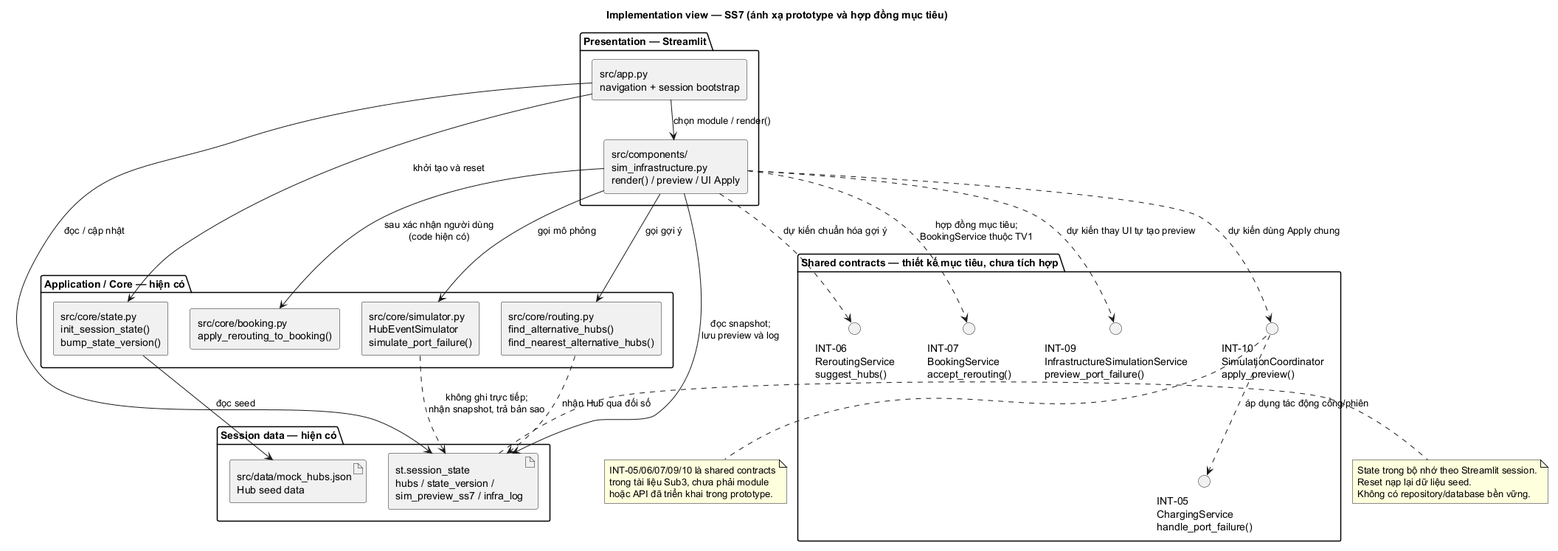
This is docs/diagrams/submission_3/SS7/implementation_view.png from Dat-nguyen195/BTL_CNPM, a PlantUML export, as it was before one commit. The source it was exported from:
```plantuml
@startuml
top to bottom direction
skinparam backgroundColor white
skinparam shadowing false
skinparam defaultFontName SansSerif
skinparam componentStyle rectangle
skinparam nodesep 30
skinparam ranksep 35
title Implementation view — SS7 (ánh xạ prototype và hợp đồng mục tiêu)

package "Presentation — Streamlit" {
  component "src/app.py\nnavigation + session bootstrap" as App
  component "src/components/\nsim_infrastructure.py\nrender() / preview / UI Apply" as SS7UI
}

package "Application / Core — hiện có" {
  component "src/core/simulator.py\nHubEventSimulator\nsimulate_port_failure()" as Simulator
  component "src/core/routing.py\nfind_alternative_hubs()\nfind_nearest_alternative_hubs()" as Routing
  component "src/core/booking.py\napply_rerouting_to_booking()" as Booking
  component "src/core/state.py\ninit_session_state()\nbump_state_version()" as State
}

package "Session data — hiện có" {
  artifact "st.session_state\nhubs / state_version /\nsim_preview_ss7 / infra_log" as Session
  artifact "src/data/mock_hubs.json\nHub seed data" as Seed
}

package "Shared contracts — thiết kế mục tiêu, chưa tích hợp" {
  interface "INT-09\nInfrastructureSimulationService\npreview_port_failure()" as Preview
  interface "INT-10\nSimulationCoordinator\napply_preview()" as Apply
  interface "INT-05\nChargingService\nhandle_port_failure()" as Charging
  interface "INT-06\nReroutingService\nsuggest_hubs()" as Suggest
  interface "INT-07\nBookingService\naccept_rerouting()" as Accept
}

App --> SS7UI : chọn module / render()
App --> State : khởi tạo và reset
State --> Seed : đọc seed
App --> Session : đọc / cập nhật
SS7UI --> Session : đọc snapshot;\nlưu preview và log
SS7UI --> Simulator : gọi mô phỏng
SS7UI --> Routing : gọi gợi ý
SS7UI --> Booking : sau xác nhận người dùng\n(code hiện có)
Simulator ..> Session : không ghi trực tiếp;\nnhận snapshot, trả bản sao
Routing ..> Session : nhận Hub qua đối số

SS7UI ..> Preview : dự kiến thay UI tự tạo preview
SS7UI ..> Apply : dự kiến dùng Apply chung
Apply ..> Charging : áp dụng tác động cổng/phiên
SS7UI ..> Suggest : dự kiến chuẩn hóa gợi ý
SS7UI ..> Accept : hợp đồng mục tiêu;\nBookingService thuộc TV1

note right of Session
  State trong bộ nhớ theo Streamlit session.
  Reset nạp lại dữ liệu seed.
  Không có repository/database bền vững.
end note

note bottom of Apply
  INT-05/06/07/09/10 là shared contracts
  trong tài liệu Sub3, chưa phải module
  hoặc API đã triển khai trong prototype.
end note
@enduml
```
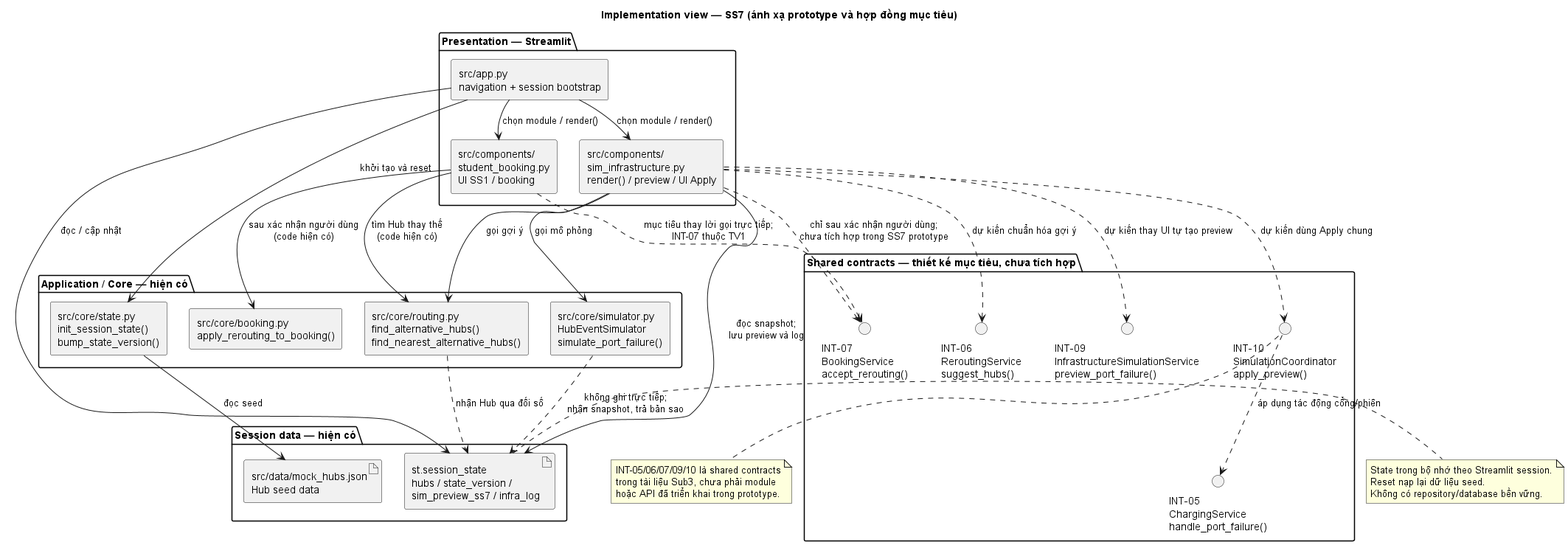
The same diagram one commit later.

Commit message:
TV7 đã sửa theo file review_pr20__ss7, implementaion view là của TV3, TV7 chỉ tạo để thao khảo

The edit, as a diff of the source:
```diff
@@ -11,6 +11,7 @@
 package "Presentation — Streamlit" {
   component "src/app.py\nnavigation + session bootstrap" as App
   component "src/components/\nsim_infrastructure.py\nrender() / preview / UI Apply" as SS7UI
+  component "src/components/\nstudent_booking.py\nUI SS1 / booking" as BookingUI
 }
 
 package "Application / Core — hiện có" {
@@ -34,13 +35,15 @@
 }
 
 App --> SS7UI : chọn module / render()
+App --> BookingUI : chọn module / render()
 App --> State : khởi tạo và reset
 State --> Seed : đọc seed
 App --> Session : đọc / cập nhật
 SS7UI --> Session : đọc snapshot;\nlưu preview và log
 SS7UI --> Simulator : gọi mô phỏng
 SS7UI --> Routing : gọi gợi ý
-SS7UI --> Booking : sau xác nhận người dùng\n(code hiện có)
+BookingUI --> Routing : tìm Hub thay thế\n(code hiện có)
+BookingUI --> Booking : sau xác nhận người dùng\n(code hiện có)
 Simulator ..> Session : không ghi trực tiếp;\nnhận snapshot, trả bản sao
 Routing ..> Session : nhận Hub qua đối số
 
@@ -48,7 +51,8 @@
 SS7UI ..> Apply : dự kiến dùng Apply chung
 Apply ..> Charging : áp dụng tác động cổng/phiên
 SS7UI ..> Suggest : dự kiến chuẩn hóa gợi ý
-SS7UI ..> Accept : hợp đồng mục tiêu;\nBookingService thuộc TV1
+BookingUI ..> Accept : mục tiêu thay lời gọi trực tiếp;\nINT-07 thuộc TV1
+SS7UI ..> Accept : chỉ sau xác nhận người dùng;\nchưa tích hợp trong SS7 prototype
 
 note right of Session
   State trong bộ nhớ theo Streamlit session.
```
